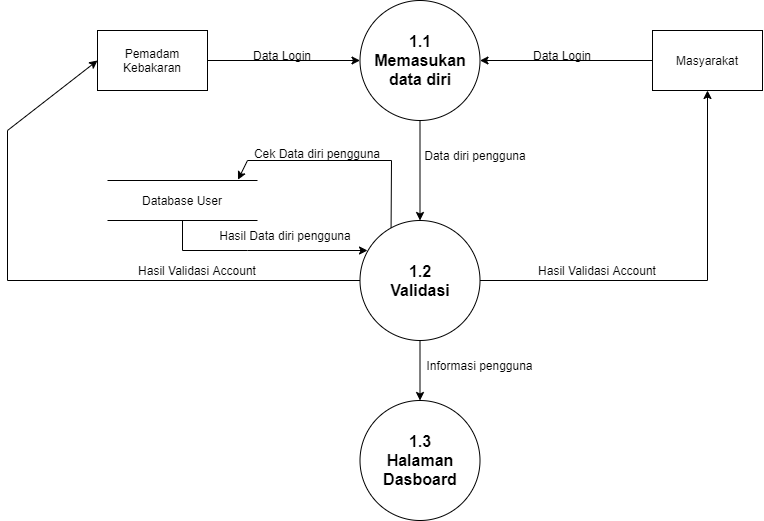
The draw.io diagram Data Flow Diagram (DFD)/Diagram level 1 proses 1.png in inoyamanaka/MDPL, before a commit. Source tidied: cells renumbered, new cells last; positions are measured from the earlier drawing's top-left corner, leaving out a move shared by most shapes. Source of this version:
```xml
<mxGraphModel>
  <root>
    <mxCell id="0" />
    <mxCell id="1" parent="0" />
    <mxCell id="2" value="&lt;font style=&quot;font-size: 16px&quot;&gt;&lt;b&gt;1.1&lt;br&gt;Memasukan data diri&lt;/b&gt;&lt;b&gt;&lt;br&gt;&lt;/b&gt;&lt;/font&gt;" style="ellipse;whiteSpace=wrap;html=1;fontSize=8;" parent="1" vertex="1">
      <mxGeometry x="352.5" width="120" height="120" as="geometry" />
    </mxCell>
    <mxCell id="3" value="Pemadam Kebakaran" style="rounded=0;whiteSpace=wrap;html=1;" parent="1" vertex="1">
      <mxGeometry x="90" y="30" width="110" height="60" as="geometry" />
    </mxCell>
    <mxCell id="4" style="endArrow=classic;html=1;rounded=0;entryX=0;entryY=0.5;entryDx=0;entryDy=0;exitX=1;exitY=0.5;exitDx=0;exitDy=0;" parent="1" edge="1" source="3" target="2">
      <mxGeometry relative="1" as="geometry" />
    </mxCell>
    <mxCell id="5" value="Masyarakat" style="rounded=0;whiteSpace=wrap;html=1;" parent="1" vertex="1">
      <mxGeometry x="645" y="30" width="110" height="60" as="geometry" />
    </mxCell>
    <mxCell id="6" value="&lt;font style=&quot;font-size: 16px&quot;&gt;&lt;b&gt;1.2&lt;br&gt;Validasi&lt;/b&gt;&lt;b&gt;&lt;br&gt;&lt;/b&gt;&lt;/font&gt;" style="ellipse;whiteSpace=wrap;html=1;fontSize=8;" parent="1" vertex="1">
      <mxGeometry x="352.5" y="220" width="120" height="120" as="geometry" />
    </mxCell>
    <mxCell id="7" style="endArrow=classic;html=1;rounded=0;entryX=0.5;entryY=0;entryDx=0;entryDy=0;exitX=0.5;exitY=1;exitDx=0;exitDy=0;" parent="1" edge="1" source="2" target="6">
      <mxGeometry relative="1" as="geometry" />
    </mxCell>
    <mxCell id="8" style="endArrow=classic;html=1;rounded=0;entryX=1;entryY=0.5;entryDx=0;entryDy=0;exitX=0;exitY=0.5;exitDx=0;exitDy=0;" parent="1" edge="1" source="5" target="2">
      <mxGeometry relative="1" as="geometry" />
    </mxCell>
    <mxCell id="9" value="&lt;font style=&quot;font-size: 16px&quot;&gt;&lt;b&gt;1.3&lt;br&gt;Halaman Dasboard&lt;br&gt;&lt;/b&gt;&lt;/font&gt;" style="ellipse;whiteSpace=wrap;html=1;fontSize=8;" parent="1" vertex="1">
      <mxGeometry x="352.5" y="400" width="120" height="120" as="geometry" />
    </mxCell>
    <mxCell id="10" style="endArrow=classic;html=1;rounded=0;entryX=0.5;entryY=0;entryDx=0;entryDy=0;exitX=0.5;exitY=1;exitDx=0;exitDy=0;" parent="1" edge="1" source="6" target="9">
      <mxGeometry relative="1" as="geometry" />
    </mxCell>
    <mxCell id="11" value="Data Login" style="text;html=1;strokeColor=none;fillColor=none;align=center;verticalAlign=middle;whiteSpace=wrap;rounded=0;" parent="1" vertex="1">
      <mxGeometry x="240" y="50" width="70" height="10" as="geometry" />
    </mxCell>
    <mxCell id="12" value="Data Login" style="text;html=1;strokeColor=none;fillColor=none;align=center;verticalAlign=middle;whiteSpace=wrap;rounded=0;" parent="1" vertex="1">
      <mxGeometry x="520" y="50" width="70" height="10" as="geometry" />
    </mxCell>
    <mxCell id="13" value="Data diri pengguna" style="text;html=1;strokeColor=none;fillColor=none;align=center;verticalAlign=middle;whiteSpace=wrap;rounded=0;" parent="1" vertex="1">
      <mxGeometry x="412.5" y="150" width="110" height="10" as="geometry" />
    </mxCell>
    <mxCell id="14" style="shape=partialRectangle;whiteSpace=wrap;html=1;left=0;right=0;fillColor=none;fontSize=8;" parent="1" vertex="1">
      <mxGeometry x="100" y="180" width="150" height="40" as="geometry" />
    </mxCell>
    <mxCell id="15" value="Database User" style="text;html=1;strokeColor=none;fillColor=none;align=center;verticalAlign=middle;whiteSpace=wrap;rounded=0;" parent="1" vertex="1">
      <mxGeometry x="120" y="195" width="110" height="10" as="geometry" />
    </mxCell>
    <mxCell id="16" style="endArrow=classic;html=1;rounded=0;exitX=0.259;exitY=0.06;exitDx=0;exitDy=0;entryX=0.87;entryY=-0.019;entryDx=0;entryDy=0;exitPerimeter=0;entryPerimeter=0;" parent="1" edge="1" source="6" target="14">
      <mxGeometry relative="1" as="geometry">
        <Array as="points">
          <mxPoint x="384" y="160" />
          <mxPoint x="240" y="160" />
        </Array>
      </mxGeometry>
    </mxCell>
    <mxCell id="17" style="endArrow=classic;html=1;rounded=0;exitX=0.5;exitY=1;exitDx=0;exitDy=0;" parent="1" edge="1" source="14">
      <mxGeometry relative="1" as="geometry">
        <mxPoint x="360" y="250" as="targetPoint" />
        <Array as="points">
          <mxPoint x="175" y="250" />
          <mxPoint x="240" y="250" />
        </Array>
      </mxGeometry>
    </mxCell>
    <mxCell id="18" value="Cek Data diri pengguna" style="text;html=1;strokeColor=none;fillColor=none;align=center;verticalAlign=middle;whiteSpace=wrap;rounded=0;" parent="1" vertex="1">
      <mxGeometry x="240" y="150" width="140" as="geometry" />
    </mxCell>
    <mxCell id="19" value="Hasil Data diri pengguna" style="text;html=1;strokeColor=none;fillColor=none;align=center;verticalAlign=middle;whiteSpace=wrap;rounded=0;" parent="1" vertex="1">
      <mxGeometry x="202.5" y="230" width="150" height="10" as="geometry" />
    </mxCell>
    <mxCell id="20" style="endArrow=classic;html=1;rounded=0;entryX=0.5;entryY=1;entryDx=0;entryDy=0;exitX=1;exitY=0.5;exitDx=0;exitDy=0;" parent="1" edge="1" source="6" target="5">
      <mxGeometry relative="1" as="geometry">
        <Array as="points">
          <mxPoint x="700" y="280" />
        </Array>
      </mxGeometry>
    </mxCell>
    <mxCell id="21" style="endArrow=classic;html=1;rounded=0;entryX=0;entryY=0.5;entryDx=0;entryDy=0;exitX=0;exitY=0.5;exitDx=0;exitDy=0;" parent="1" edge="1" source="6" target="3">
      <mxGeometry relative="1" as="geometry">
        <Array as="points">
          <mxPoint y="280" />
          <mxPoint y="130" />
        </Array>
      </mxGeometry>
    </mxCell>
    <mxCell id="22" value="Hasil Validasi Account" style="text;html=1;strokeColor=none;fillColor=none;align=center;verticalAlign=middle;whiteSpace=wrap;rounded=0;" parent="1" vertex="1">
      <mxGeometry x="130" y="265" width="120" height="10" as="geometry" />
    </mxCell>
    <mxCell id="23" value="Hasil Validasi Account" style="text;html=1;strokeColor=none;fillColor=none;align=center;verticalAlign=middle;whiteSpace=wrap;rounded=0;" parent="1" vertex="1">
      <mxGeometry x="530" y="265" width="120" height="10" as="geometry" />
    </mxCell>
    <mxCell id="24" value="Informasi pengguna" style="text;html=1;strokeColor=none;fillColor=none;align=center;verticalAlign=middle;whiteSpace=wrap;rounded=0;" parent="1" vertex="1">
      <mxGeometry x="415" y="360" width="115" height="10" as="geometry" />
    </mxCell>
  </root>
</mxGraphModel>
```
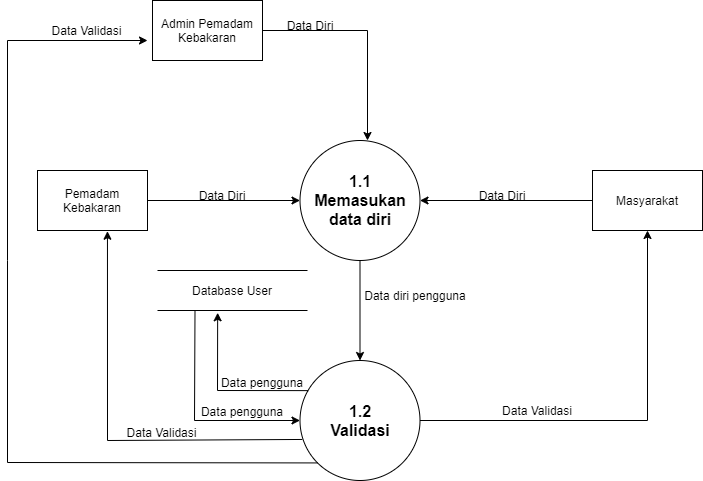
Later version of the same file.

Change to the diagram source:
```diff
@@ -23,50 +23,24 @@
     <mxCell id="8" style="endArrow=classic;html=1;rounded=0;entryX=1;entryY=0.5;entryDx=0;entryDy=0;exitX=0;exitY=0.5;exitDx=0;exitDy=0;" parent="1" edge="1" source="5" target="2">
       <mxGeometry relative="1" as="geometry" />
     </mxCell>
-    <mxCell id="9" value="&lt;font style=&quot;font-size: 16px&quot;&gt;&lt;b&gt;1.3&lt;br&gt;Halaman Dasboard&lt;br&gt;&lt;/b&gt;&lt;/font&gt;" style="ellipse;whiteSpace=wrap;html=1;fontSize=8;" parent="1" vertex="1">
-      <mxGeometry x="352.5" y="400" width="120" height="120" as="geometry" />
-    </mxCell>
-    <mxCell id="10" style="endArrow=classic;html=1;rounded=0;entryX=0.5;entryY=0;entryDx=0;entryDy=0;exitX=0.5;exitY=1;exitDx=0;exitDy=0;" parent="1" edge="1" source="6" target="9">
-      <mxGeometry relative="1" as="geometry" />
-    </mxCell>
-    <mxCell id="11" value="Data Login" style="text;html=1;strokeColor=none;fillColor=none;align=center;verticalAlign=middle;whiteSpace=wrap;rounded=0;" parent="1" vertex="1">
-      <mxGeometry x="240" y="50" width="70" height="10" as="geometry" />
-    </mxCell>
-    <mxCell id="12" value="Data Login" style="text;html=1;strokeColor=none;fillColor=none;align=center;verticalAlign=middle;whiteSpace=wrap;rounded=0;" parent="1" vertex="1">
-      <mxGeometry x="520" y="50" width="70" height="10" as="geometry" />
-    </mxCell>
+    <mxCell id="25" value="Data Diri" style="text;html=1;strokeColor=none;fillColor=none;align=center;verticalAlign=middle;whiteSpace=wrap;rounded=0;" parent="1" vertex="1">
+      <mxGeometry x="240" y="50" width="70" height="10" as="geometry" />
+    </mxCell>
+    <mxCell id="26" value="Data Diri" style="text;html=1;strokeColor=none;fillColor=none;align=center;verticalAlign=middle;whiteSpace=wrap;rounded=0;" parent="1" vertex="1">
+      <mxGeometry x="520" y="50" width="70" height="10" as="geometry" />
+    </mxCell>
     <mxCell id="13" value="Data diri pengguna" style="text;html=1;strokeColor=none;fillColor=none;align=center;verticalAlign=middle;whiteSpace=wrap;rounded=0;" parent="1" vertex="1">
       <mxGeometry x="412.5" y="150" width="110" height="10" as="geometry" />
     </mxCell>
-    <mxCell id="14" style="shape=partialRectangle;whiteSpace=wrap;html=1;left=0;right=0;fillColor=none;fontSize=8;" parent="1" vertex="1">
-      <mxGeometry x="100" y="180" width="150" height="40" as="geometry" />
-    </mxCell>
+    <mxCell id="27" style="shape=partialRectangle;whiteSpace=wrap;html=1;left=0;right=0;fillColor=none;fontSize=8;" parent="1" vertex="1">
+      <mxGeometry x="210" y="130" width="150" height="40" as="geometry" />
+    </mxCell>
     <mxCell id="15" value="Database User" style="text;html=1;strokeColor=none;fillColor=none;align=center;verticalAlign=middle;whiteSpace=wrap;rounded=0;" parent="1" vertex="1">
-      <mxGeometry x="120" y="195" width="110" height="10" as="geometry" />
+      <mxGeometry x="230" y="145" width="110" height="10" as="geometry" />
     </mxCell>
-    <mxCell id="16" style="endArrow=classic;html=1;rounded=0;exitX=0.259;exitY=0.06;exitDx=0;exitDy=0;entryX=0.87;entryY=-0.019;entryDx=0;entryDy=0;exitPerimeter=0;entryPerimeter=0;" parent="1" edge="1" source="6" target="14">
-      <mxGeometry relative="1" as="geometry">
-        <Array as="points">
-          <mxPoint x="384" y="160" />
-          <mxPoint x="240" y="160" />
-        </Array>
-      </mxGeometry>
-    </mxCell>
-    <mxCell id="17" style="endArrow=classic;html=1;rounded=0;exitX=0.5;exitY=1;exitDx=0;exitDy=0;" parent="1" edge="1" source="14">
-      <mxGeometry relative="1" as="geometry">
-        <mxPoint x="360" y="250" as="targetPoint" />
-        <Array as="points">
-          <mxPoint x="175" y="250" />
-          <mxPoint x="240" y="250" />
-        </Array>
-      </mxGeometry>
-    </mxCell>
-    <mxCell id="18" value="Cek Data diri pengguna" style="text;html=1;strokeColor=none;fillColor=none;align=center;verticalAlign=middle;whiteSpace=wrap;rounded=0;" parent="1" vertex="1">
-      <mxGeometry x="240" y="150" width="140" as="geometry" />
-    </mxCell>
-    <mxCell id="19" value="Hasil Data diri pengguna" style="text;html=1;strokeColor=none;fillColor=none;align=center;verticalAlign=middle;whiteSpace=wrap;rounded=0;" parent="1" vertex="1">
-      <mxGeometry x="202.5" y="230" width="150" height="10" as="geometry" />
-    </mxCell>
+    <mxCell id="28" value="Data pengguna" style="text;html=1;strokeColor=none;fillColor=none;align=center;verticalAlign=middle;whiteSpace=wrap;rounded=0;" parent="1" vertex="1">
+      <mxGeometry x="245" y="240" width="140" as="geometry" />
+    </mxCell>
     <mxCell id="20" style="endArrow=classic;html=1;rounded=0;entryX=0.5;entryY=1;entryDx=0;entryDy=0;exitX=1;exitY=0.5;exitDx=0;exitDy=0;" parent="1" edge="1" source="6" target="5">
       <mxGeometry relative="1" as="geometry">
         <Array as="points">
@@ -74,22 +48,62 @@
         </Array>
       </mxGeometry>
     </mxCell>
-    <mxCell id="21" style="endArrow=classic;html=1;rounded=0;entryX=0;entryY=0.5;entryDx=0;entryDy=0;exitX=0;exitY=0.5;exitDx=0;exitDy=0;" parent="1" edge="1" source="6" target="3">
+    <mxCell id="21" style="endArrow=classic;html=1;rounded=0;entryX=0.636;entryY=1.012;entryDx=0;entryDy=0;exitX=0.019;exitY=0.658;exitDx=0;exitDy=0;exitPerimeter=0;entryPerimeter=0;" parent="1" edge="1" source="6" target="3">
       <mxGeometry relative="1" as="geometry">
         <Array as="points">
-          <mxPoint y="280" />
-          <mxPoint y="130" />
+          <mxPoint x="160" y="300" />
         </Array>
       </mxGeometry>
     </mxCell>
-    <mxCell id="22" value="Hasil Validasi Account" style="text;html=1;strokeColor=none;fillColor=none;align=center;verticalAlign=middle;whiteSpace=wrap;rounded=0;" parent="1" vertex="1">
-      <mxGeometry x="130" y="265" width="120" height="10" as="geometry" />
-    </mxCell>
-    <mxCell id="23" value="Hasil Validasi Account" style="text;html=1;strokeColor=none;fillColor=none;align=center;verticalAlign=middle;whiteSpace=wrap;rounded=0;" parent="1" vertex="1">
-      <mxGeometry x="530" y="265" width="120" height="10" as="geometry" />
-    </mxCell>
-    <mxCell id="24" value="Informasi pengguna" style="text;html=1;strokeColor=none;fillColor=none;align=center;verticalAlign=middle;whiteSpace=wrap;rounded=0;" parent="1" vertex="1">
-      <mxGeometry x="415" y="360" width="115" height="10" as="geometry" />
-    </mxCell>
+    <mxCell id="29" value="Data Validasi" style="text;html=1;strokeColor=none;fillColor=none;align=center;verticalAlign=middle;whiteSpace=wrap;rounded=0;" parent="1" vertex="1">
+      <mxGeometry x="170" y="287" width="88.5" height="10" as="geometry" />
+    </mxCell>
+    <mxCell id="30" value="Data Validasi" style="text;html=1;strokeColor=none;fillColor=none;align=center;verticalAlign=middle;whiteSpace=wrap;rounded=0;" parent="1" vertex="1">
+      <mxGeometry x="530" y="265" width="120" height="10" as="geometry" />
+    </mxCell>
+    <mxCell id="31" value="Admin Pemadam Kebakaran" style="rounded=0;whiteSpace=wrap;html=1;" parent="1" vertex="1">
+      <mxGeometry x="205" y="-140" width="110" height="60" as="geometry" />
+    </mxCell>
+    <mxCell id="32" style="endArrow=classic;html=1;rounded=0;fontSize=8;exitX=1;exitY=0.5;exitDx=0;exitDy=0;" parent="1" edge="1" source="31">
+      <mxGeometry relative="1" as="geometry">
+        <mxPoint x="420" as="targetPoint" />
+        <Array as="points">
+          <mxPoint x="420" y="-110" />
+        </Array>
+      </mxGeometry>
+    </mxCell>
+    <mxCell id="33" value="Data Diri" style="text;html=1;strokeColor=none;fillColor=none;align=center;verticalAlign=middle;whiteSpace=wrap;rounded=0;" parent="1" vertex="1">
+      <mxGeometry x="328" y="-120" width="70" height="10" as="geometry" />
+    </mxCell>
+    <mxCell id="34" style="endArrow=classic;html=1;rounded=0;fontSize=8;entryX=0.401;entryY=1.057;entryDx=0;entryDy=0;exitX=0.068;exitY=0.251;exitDx=0;exitDy=0;exitPerimeter=0;entryPerimeter=0;" parent="1" edge="1" source="6" target="27">
+      <mxGeometry relative="1" as="geometry">
+        <Array as="points">
+          <mxPoint x="270" y="250" />
+        </Array>
+      </mxGeometry>
+    </mxCell>
+    <mxCell id="35" style="endArrow=classic;html=1;rounded=0;fontSize=8;exitX=0.25;exitY=1;exitDx=0;exitDy=0;entryX=0;entryY=0.5;entryDx=0;entryDy=0;" parent="1" edge="1" source="27" target="6">
+      <mxGeometry relative="1" as="geometry">
+        <Array as="points">
+          <mxPoint x="247" y="280" />
+        </Array>
+      </mxGeometry>
+    </mxCell>
+    <mxCell id="36" value="Data pengguna" style="text;html=1;strokeColor=none;fillColor=none;align=center;verticalAlign=middle;whiteSpace=wrap;rounded=0;" parent="1" vertex="1">
+      <mxGeometry x="225" y="269" width="140" as="geometry" />
+    </mxCell>
+    <mxCell id="37" style="endArrow=classic;html=1;rounded=0;fontSize=8;exitX=0;exitY=1;exitDx=0;exitDy=0;" parent="1" edge="1" source="6">
+      <mxGeometry relative="1" as="geometry">
+        <mxPoint x="200" y="-100" as="targetPoint" />
+        <Array as="points">
+          <mxPoint x="60" y="322" />
+          <mxPoint x="60" y="120" />
+          <mxPoint x="60" y="-100" />
+        </Array>
+      </mxGeometry>
+    </mxCell>
+    <mxCell id="38" value="Data Validasi" style="text;html=1;strokeColor=none;fillColor=none;align=center;verticalAlign=middle;whiteSpace=wrap;rounded=0;" parent="1" vertex="1">
+      <mxGeometry x="95" y="-115" width="88.5" height="10" as="geometry" />
+    </mxCell>
   </root>
 </mxGraphModel>
```
